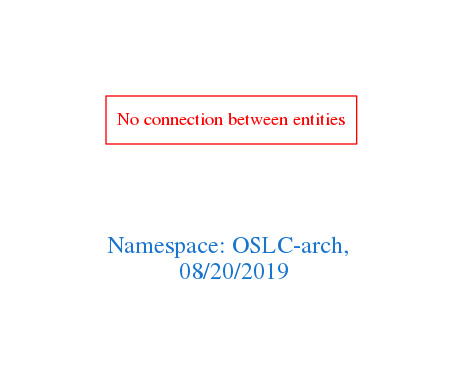
Earlier version of the Graphviz export downloads/OSLC-arch.png (arago/OGIT). Its source is kept beside it as downloads/OSLC-arch.dot.
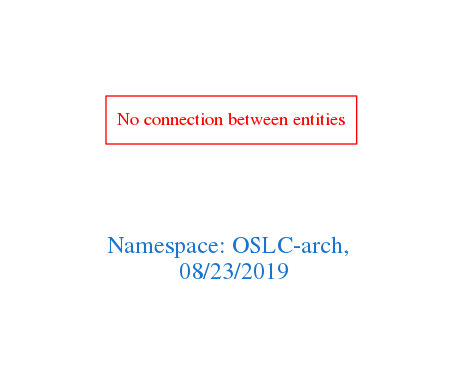
The same file after the commit.

Change to the diagram source:
```diff
@@ -1,7 +1,7 @@
 digraph OGIT_ontology {
  graph [ rankdir= LR,pad=1
 fontsize = 18,
-fontcolor= dodgerblue3,label = "\n\n\nNamespace: OSLC-arch, \n 08/20/2019"];
+fontcolor= dodgerblue3,label = "\n\n\nNamespace: OSLC-arch, \n 08/23/2019"];
 node[shape=polygon];
 edge [  color="gray81"];
 
```
